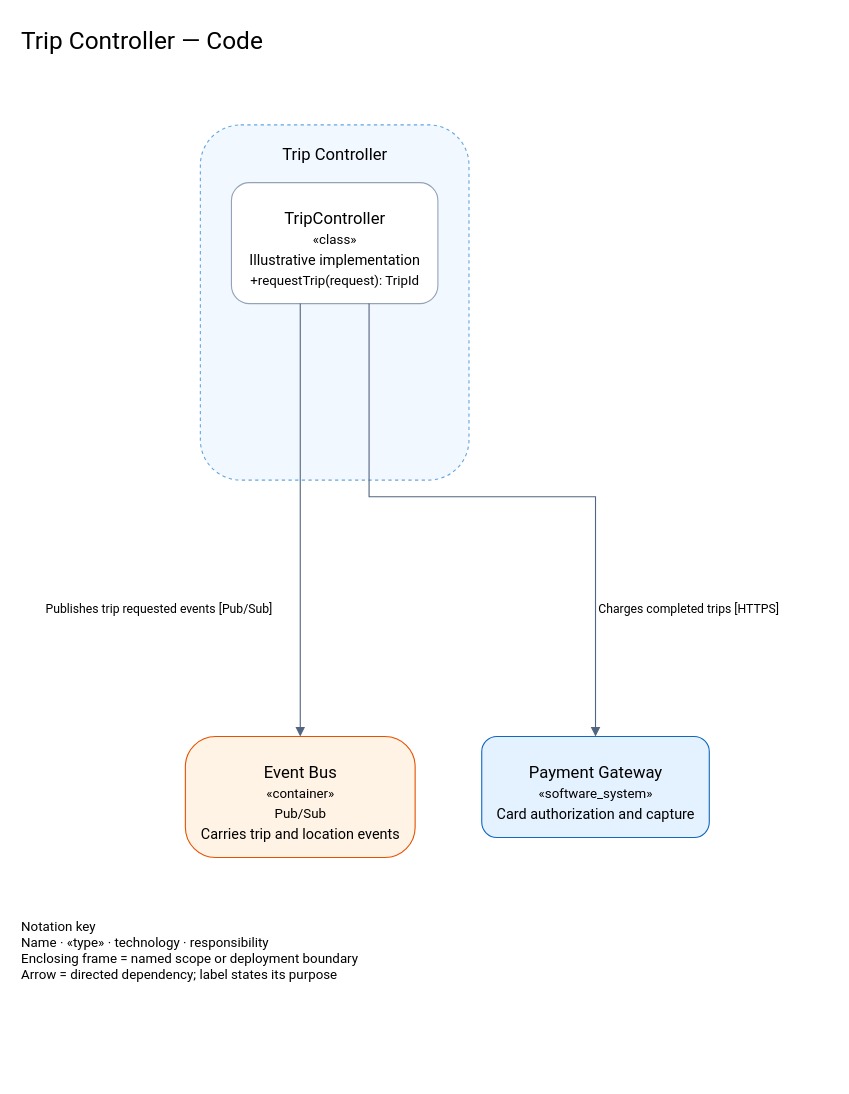
Before: examples/gcp-suite/c4-diagrams/04-code/code-trip-controller.drawio in tyler59simon/architecture-suite-plugin, a draw.io diagram. Source tidied: cells renumbered, new cells numbered last; positions are measured from the earlier drawing's top-left corner, leaving out a move shared by most shapes. Both pictures are drawn from the tidied source at 111%, with x=0, y=0 at pixel (19, 19). Pictures stored in the file or linked from it are replaced by grey dashed boxes.
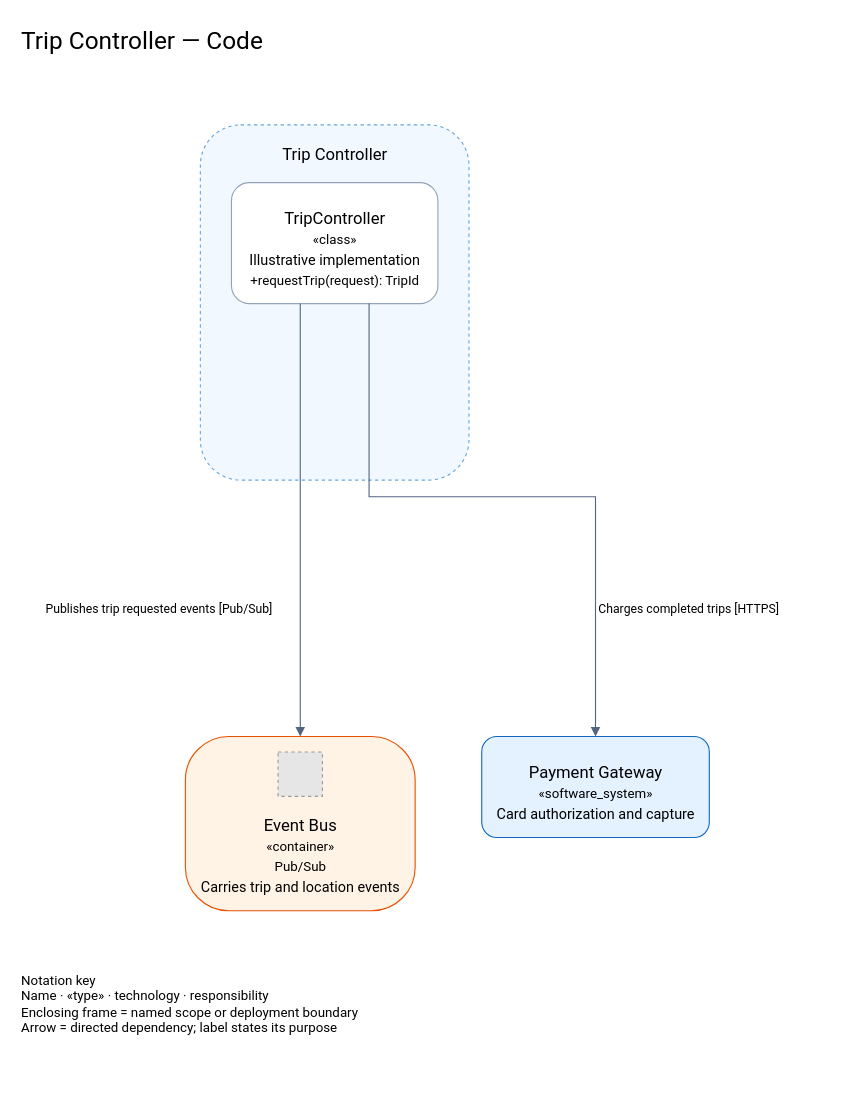
After the change.

The edit, as a diff of the source:
```diff
@@
     <mxCell id="7" style="rounded=1;arcSize=25;fillColor=#fff3e6;strokeColor=#e65100;dashed=0;" parent="1" vertex="1">
-      <mxGeometry x="149.5" y="646" width="207" height="109" as="geometry" />
+      <mxGeometry x="149.5" y="646" width="207" height="157" as="geometry" />
     </mxCell>
     <mxCell id="8" value="Event Bus" style="text;html=1;align=center;fontSize=15;fontFamily=Roboto;spacing=0;" parent="7" vertex="1">
-      <mxGeometry y="19" width="207" height="22" as="geometry" />
+      <mxGeometry y="67" width="207" height="22" as="geometry" />
     </mxCell>
     <mxCell id="9" value="«container»" style="text;html=1;align=center;fontSize=12;fontFamily=Roboto;spacing=0;" parent="7" vertex="1">
-      <mxGeometry y="40" width="207" height="18" as="geometry" />
+      <mxGeometry y="88" width="207" height="18" as="geometry" />
     </mxCell>
     <mxCell id="10" value="Pub/Sub" style="text;html=1;align=center;fontSize=12;fontFamily=Roboto;spacing=0;" parent="7" vertex="1">
-      <mxGeometry y="58" width="207" height="18" as="geometry" />
+      <mxGeometry y="106" width="207" height="18" as="geometry" />
     </mxCell>
     <mxCell id="11" value="Carries trip and location events" style="text;html=1;align=center;fontSize=13;fontFamily=Roboto;spacing=0;" parent="7" vertex="1">
-      <mxGeometry y="76" width="207" height="19" as="geometry" />
+      <mxGeometry y="124" width="207" height="19" as="geometry" />
     </mxCell>
+    <mxCell id="24" style="fillColor=#E6E6E6;strokeColor=#999999;dashed=1;" parent="7" vertex="1">
+      <mxGeometry x="83.5" y="14" width="40" height="40" as="geometry" />
+    </mxCell>
@@
     <mxCell id="23" value="Notation key&lt;br&gt;Name · «type» · technology · responsibility&lt;br&gt;Enclosing frame = named scope or deployment boundary&lt;br&gt;Arrow = directed dependency; label states its purpose" style="text;html=1;align=left;fontSize=12;fontFamily=Roboto;" parent="1" vertex="1">
-      <mxGeometry y="804" width="560" height="100" as="geometry" />
+      <mxGeometry y="852" width="560" height="100" as="geometry" />
     </mxCell>
```
